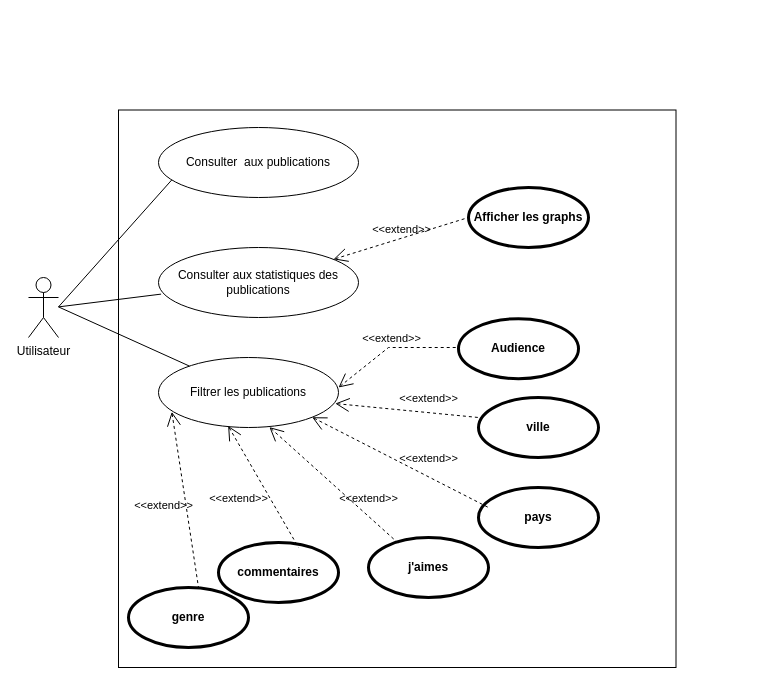
This is usecase.drawio from Marouane19/usecase, a draw.io file, before an edit. Source tidied: cells renumbered, new cells numbered last; positions are measured from the earlier drawing's top-left corner, leaving out a move shared by most shapes. Both pictures are drawn from the tidied source at 100%, with x=0, y=0 at pixel (28, 109).
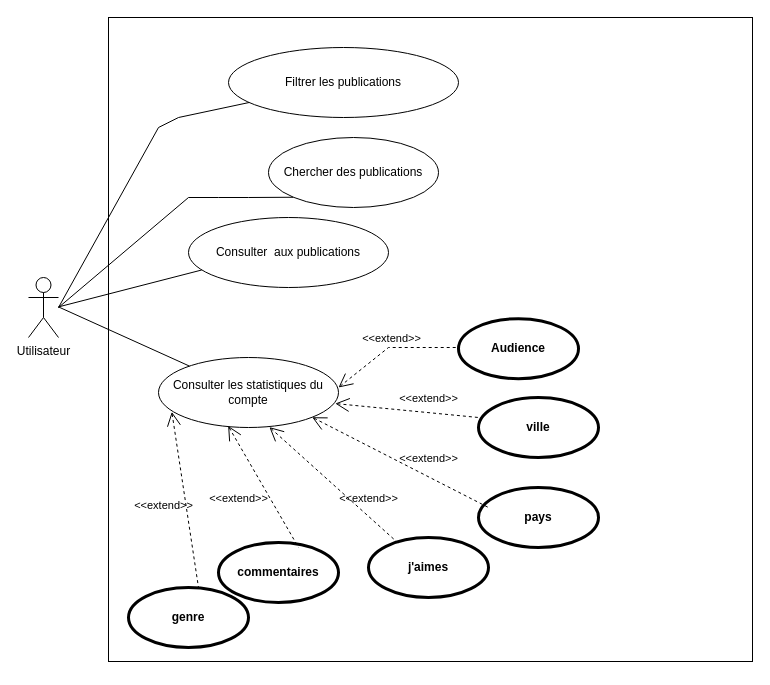
After the change.

What changed in the source:
```diff
@@
     <mxCell id="2" style="whiteSpace=wrap;html=1;" parent="1" vertex="1">
-      <mxGeometry x="90" y="0.5" width="557.5" height="557.5" as="geometry" />
+      <mxGeometry x="80" y="-92" width="644" height="644" as="geometry" />
     </mxCell>
@@
-    <mxCell id="4" value="Filtrer les publications" style="ellipse;whiteSpace=wrap;html=1;" parent="1" vertex="1">
+    <mxCell id="4" value="Consulter les statistiques du compte" style="ellipse;whiteSpace=wrap;html=1;" parent="1" vertex="1">
       <mxGeometry x="130" y="248" width="180" height="70" as="geometry" />
     </mxCell>
-    <mxCell id="5" value="Consulter aux statistiques des publications" style="ellipse;whiteSpace=wrap;html=1;" parent="1" vertex="1">
-      <mxGeometry x="130" y="138" width="200" height="70" as="geometry" />
-    </mxCell>
     <mxCell id="6" value="Consulter &amp;nbsp;aux publications" style="ellipse;whiteSpace=wrap;html=1;" parent="1" vertex="1">
-      <mxGeometry x="130" y="18" width="200" height="70" as="geometry" />
+      <mxGeometry x="160" y="108" width="200" height="70" as="geometry" />
     </mxCell>
@@
-    <mxCell id="18" style="edgeStyle=none;html=1;endArrow=none;verticalAlign=bottom;rounded=0;entryX=0.013;entryY=0.666;entryDx=0;entryDy=0;entryPerimeter=0;" parent="1" edge="1" target="5">
-      <mxGeometry relative="1" as="geometry">
-        <mxPoint x="30" y="197.4" as="sourcePoint" />
-      </mxGeometry>
-    </mxCell>
@@
-    <mxCell id="22" value="Afficher les graphs" style="shape=ellipse;html=1;strokeWidth=3;fontStyle=1;whiteSpace=wrap;align=center;perimeter=ellipsePerimeter;" parent="1" vertex="1">
-      <mxGeometry x="440" y="78" width="120" height="60" as="geometry" />
-    </mxCell>
-    <mxCell id="23" value="&amp;lt;&amp;lt;extend&amp;gt;&amp;gt;" style="edgeStyle=none;html=1;startArrow=open;endArrow=none;startSize=12;verticalAlign=bottom;dashed=1;labelBackgroundColor=none;rounded=0;" parent="1" edge="1" source="5">
-      <mxGeometry relative="1" as="geometry">
-        <mxPoint x="440" y="108" as="targetPoint" />
-      </mxGeometry>
-    </mxCell>
+    <mxCell id="24" value="Chercher des publications" style="ellipse;whiteSpace=wrap;html=1;" parent="1" vertex="1">
+      <mxGeometry x="240" y="28" width="170" height="70" as="geometry" />
+    </mxCell>
+    <mxCell id="25" style="edgeStyle=none;html=1;endArrow=none;verticalAlign=bottom;rounded=0;entryX=0;entryY=1;entryDx=0;entryDy=0;" parent="1" edge="1" target="24">
+      <mxGeometry relative="1" as="geometry">
+        <mxPoint x="30" y="198" as="sourcePoint" />
+        <Array as="points">
+          <mxPoint x="160" y="88" />
+          <mxPoint x="190" y="88" />
+          <mxPoint x="220" y="88" />
+        </Array>
+      </mxGeometry>
+    </mxCell>
+    <mxCell id="26" value="Filtrer les publications" style="ellipse;whiteSpace=wrap;html=1;" parent="1" vertex="1">
+      <mxGeometry x="200" y="-62" width="230" height="70" as="geometry" />
+    </mxCell>
+    <mxCell id="27" style="edgeStyle=none;html=1;endArrow=none;verticalAlign=bottom;rounded=0;" parent="1" edge="1" target="26">
+      <mxGeometry relative="1" as="geometry">
+        <mxPoint x="30" y="198" as="sourcePoint" />
+        <Array as="points">
+          <mxPoint x="130" y="18" />
+          <mxPoint x="150" y="8" />
+        </Array>
+      </mxGeometry>
+    </mxCell>
```
